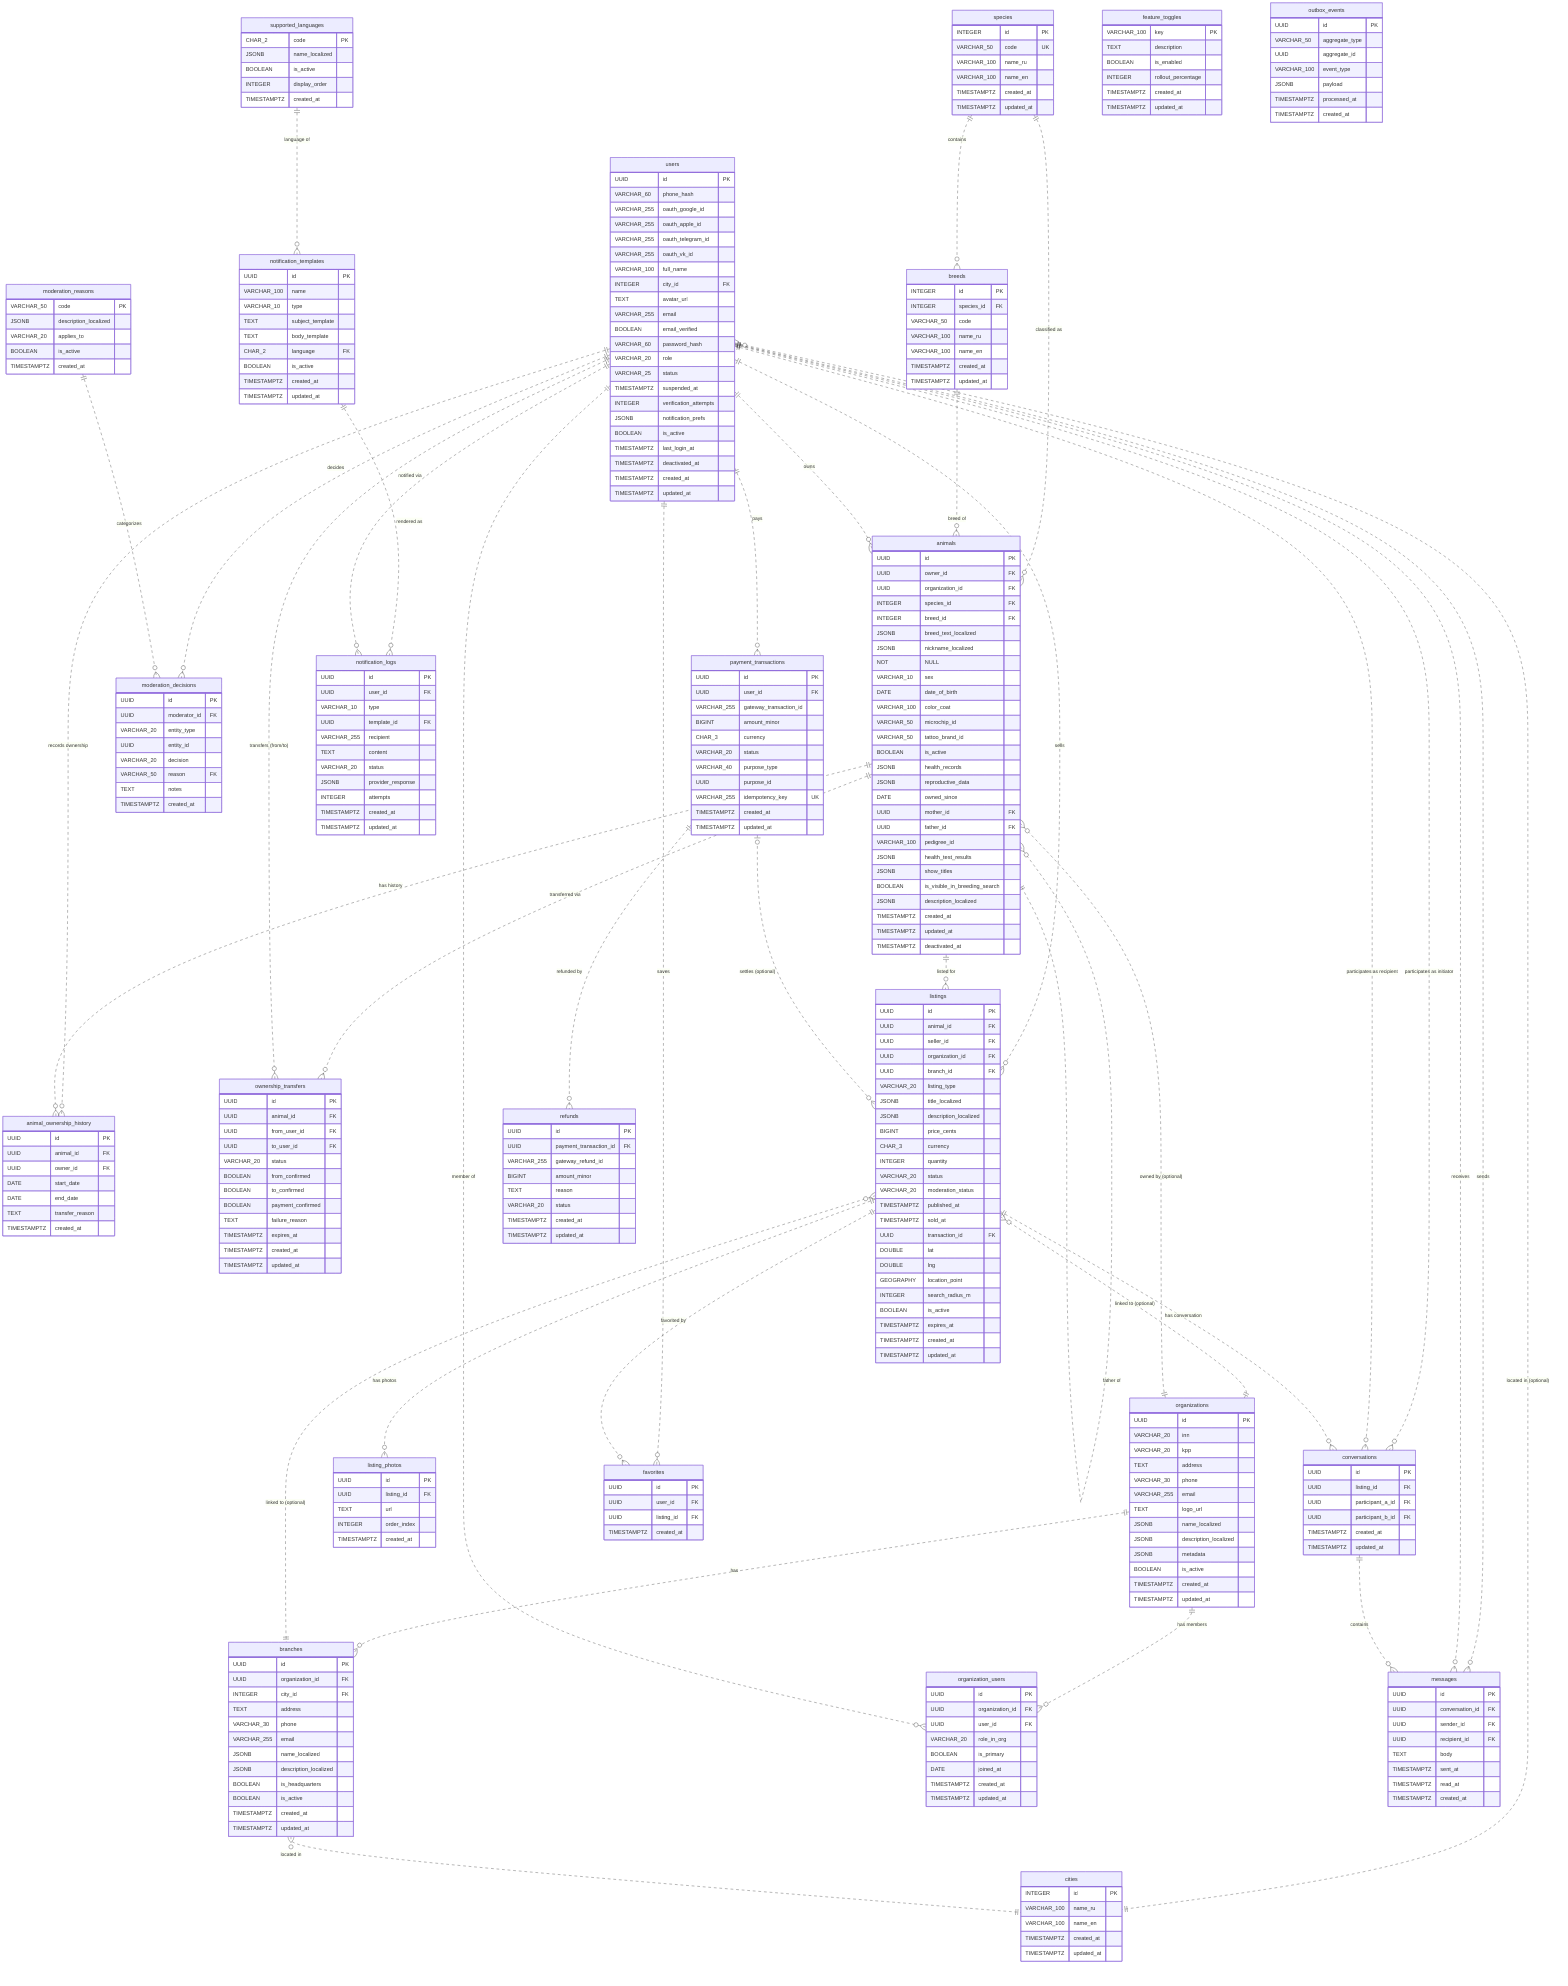
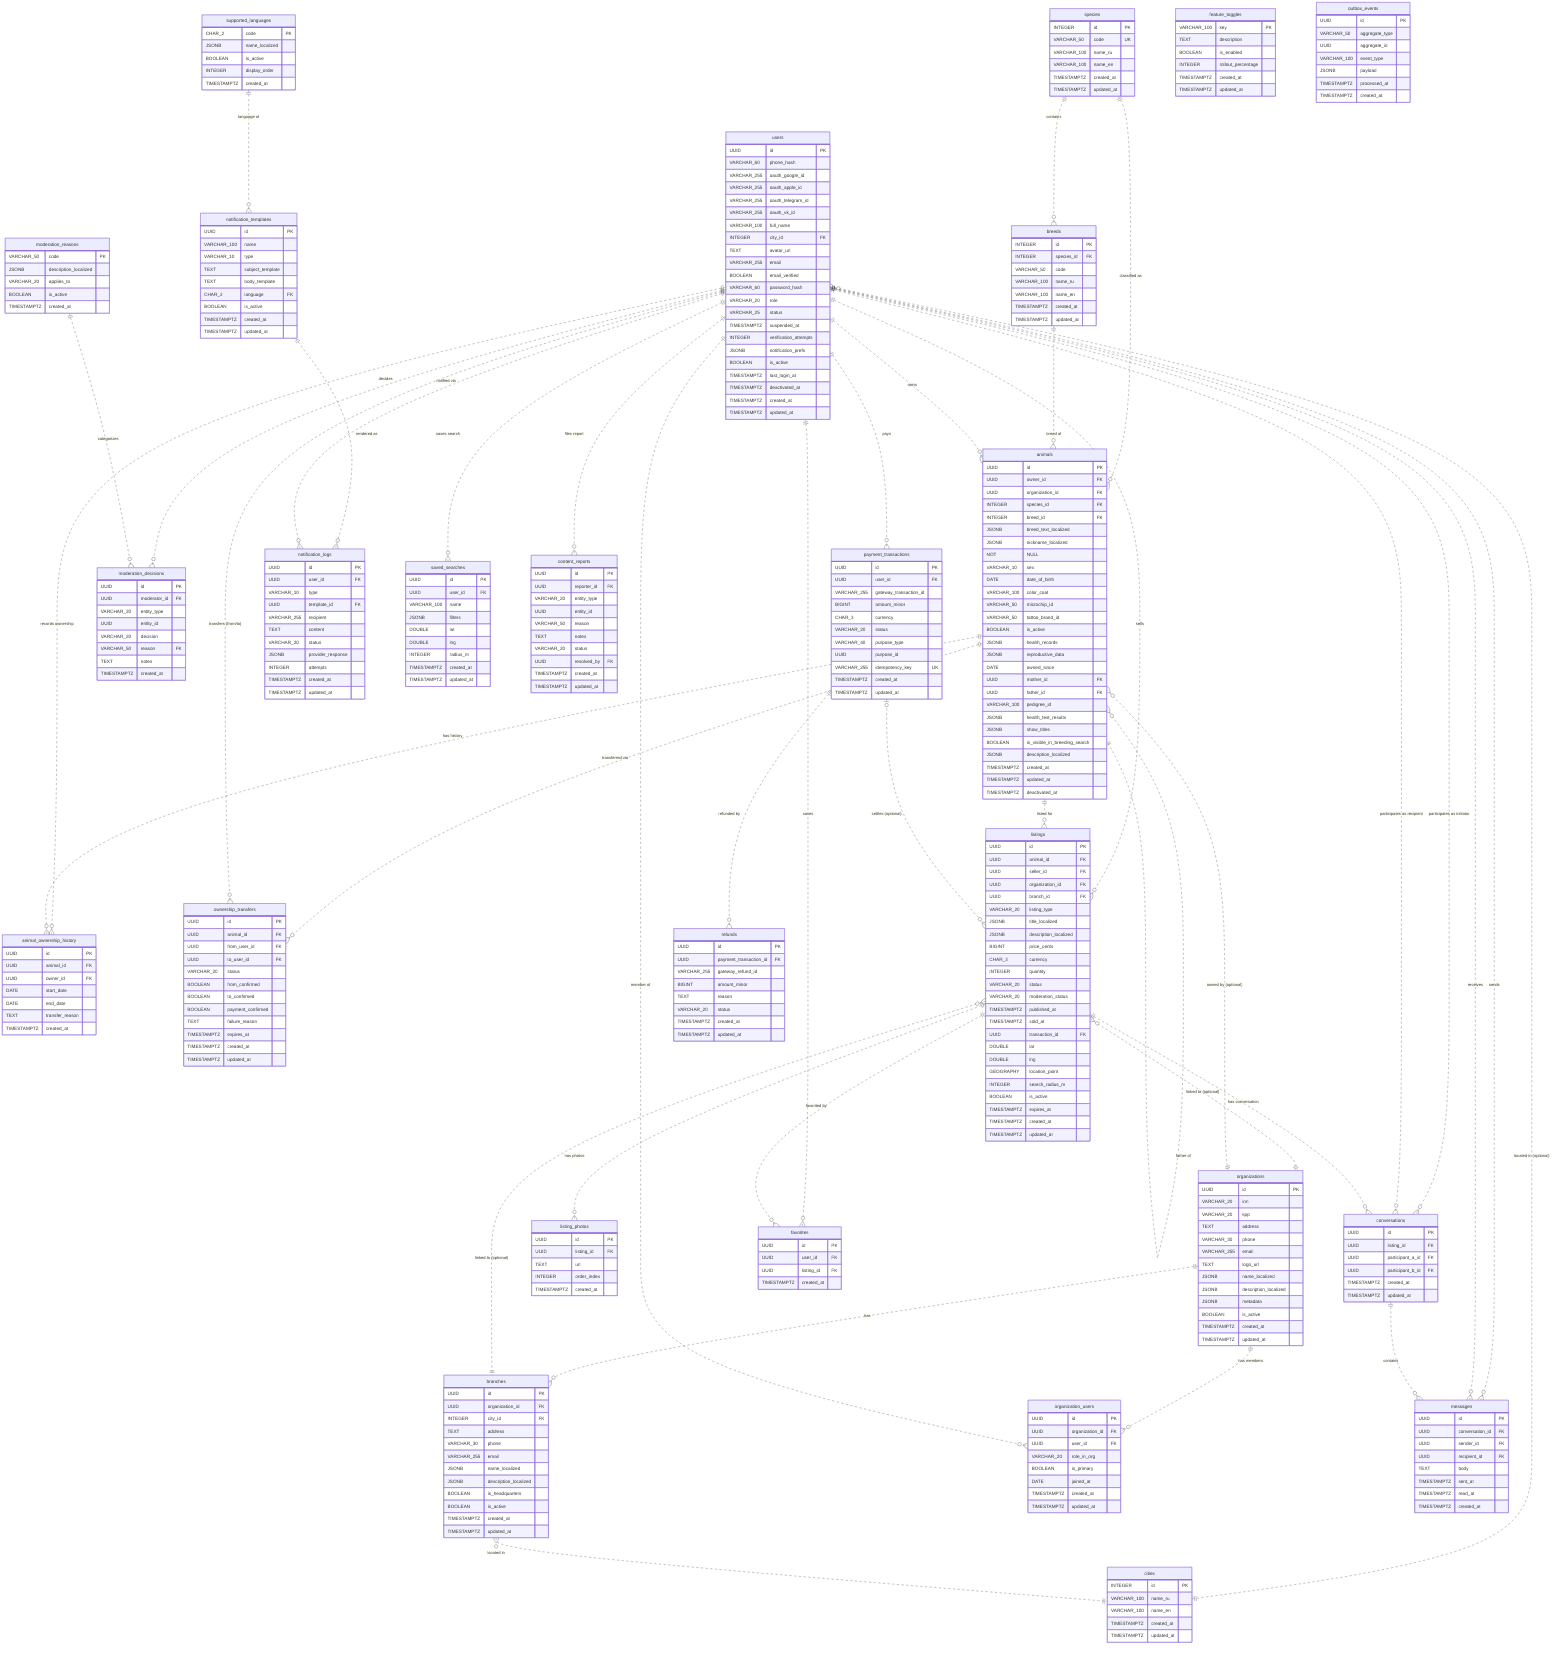
erDiagram
    %% Reference Data Tables
    species {
        INTEGER id PK
        VARCHAR_50 code UK
        VARCHAR_100 name_ru
        VARCHAR_100 name_en
        TIMESTAMPTZ created_at
        TIMESTAMPTZ updated_at
    }
    breeds {
        INTEGER id PK
        INTEGER species_id FK
        VARCHAR_50 code
        VARCHAR_100 name_ru
        VARCHAR_100 name_en
        TIMESTAMPTZ created_at
        TIMESTAMPTZ updated_at
        %% UK (species_id, code)
    }
    cities {
        INTEGER id PK
        VARCHAR_100 name_ru
        VARCHAR_100 name_en
        TIMESTAMPTZ created_at
        TIMESTAMPTZ updated_at
    }
    supported_languages {
        CHAR_2 code PK
        JSONB name_localized
        BOOLEAN is_active
        INTEGER display_order
        TIMESTAMPTZ created_at
    }

    %% Identity Domain
    users {
        UUID id PK
        VARCHAR_60 phone_hash
        VARCHAR_255 oauth_google_id
        VARCHAR_255 oauth_apple_id
        VARCHAR_255 oauth_telegram_id
        VARCHAR_255 oauth_vk_id
        VARCHAR_100 full_name
        INTEGER city_id FK
        TEXT avatar_url
        VARCHAR_255 email
        BOOLEAN email_verified
        VARCHAR_60 password_hash
        VARCHAR_20 role
        VARCHAR_25 status
        TIMESTAMPTZ suspended_at
        INTEGER verification_attempts
        JSONB notification_prefs
        BOOLEAN is_active
        TIMESTAMPTZ last_login_at
        TIMESTAMPTZ deactivated_at
        TIMESTAMPTZ created_at
        TIMESTAMPTZ updated_at
    }

    %% Animal Domain
    animals {
        UUID id PK
        UUID owner_id FK
        UUID organization_id FK
        INTEGER species_id FK
        INTEGER breed_id FK
        JSONB breed_text_localized
        JSONB nickname_localized NOT NULL
        VARCHAR_10 sex
        DATE date_of_birth
        VARCHAR_100 color_coat
        VARCHAR_50 microchip_id
        VARCHAR_50 tattoo_brand_id
        BOOLEAN is_active
        JSONB health_records
        JSONB reproductive_data
        DATE owned_since
        UUID mother_id FK
        UUID father_id FK
        VARCHAR_100 pedigree_id
        JSONB health_test_results
        JSONB show_titles
        BOOLEAN is_visible_in_breeding_search
        JSONB description_localized
        TIMESTAMPTZ created_at
        TIMESTAMPTZ updated_at
        TIMESTAMPTZ deactivated_at
    }
    animal_ownership_history {
        UUID id PK
        UUID animal_id FK
        UUID owner_id FK
        DATE start_date
        DATE end_date
        TEXT transfer_reason
        TIMESTAMPTZ created_at
    }
    ownership_transfers {
        UUID id PK
        UUID animal_id FK
        UUID from_user_id FK
        UUID to_user_id FK
        VARCHAR_20 status
        BOOLEAN from_confirmed
        BOOLEAN to_confirmed
        BOOLEAN payment_confirmed
        TEXT failure_reason
        TIMESTAMPTZ expires_at
        TIMESTAMPTZ created_at
        TIMESTAMPTZ updated_at
    }

    %% Organization Domain
    organizations {
        UUID id PK
        VARCHAR_20 inn
        VARCHAR_20 kpp
        TEXT address
        VARCHAR_30 phone
        VARCHAR_255 email
        TEXT logo_url
        JSONB name_localized
        JSONB description_localized
        JSONB metadata
        BOOLEAN is_active
        TIMESTAMPTZ created_at
        TIMESTAMPTZ updated_at
    }
    branches {
        UUID id PK
        UUID organization_id FK
        INTEGER city_id FK
        TEXT address
        VARCHAR_30 phone
        VARCHAR_255 email
        JSONB name_localized
        JSONB description_localized
        BOOLEAN is_headquarters
        BOOLEAN is_active
        TIMESTAMPTZ created_at
        TIMESTAMPTZ updated_at
    }
    organization_users {
        UUID id PK
        UUID organization_id FK
        UUID user_id FK
        VARCHAR_20 role_in_org
        BOOLEAN is_primary
        DATE joined_at
        TIMESTAMPTZ created_at
        TIMESTAMPTZ updated_at
        %% UK (organization_id, user_id)
    }

    %% Marketplace/Listings Domain
    listings {
        UUID id PK
        UUID animal_id FK
        UUID seller_id FK
        UUID organization_id FK
        UUID branch_id FK
        VARCHAR_20 listing_type
        JSONB title_localized
        JSONB description_localized
        BIGINT price_cents
        CHAR_3 currency
        INTEGER quantity
        VARCHAR_20 status
        VARCHAR_20 moderation_status
        TIMESTAMPTZ published_at
        TIMESTAMPTZ sold_at
        UUID transaction_id FK
        DOUBLE lat
        DOUBLE lng
        GEOGRAPHY location_point
        INTEGER search_radius_m
        BOOLEAN is_active
        TIMESTAMPTZ expires_at
        TIMESTAMPTZ created_at
        TIMESTAMPTZ updated_at
        %% UK (animal_id, listing_type) WHERE status='ACTIVE'
    }
    listing_photos {
        UUID id PK
        UUID listing_id FK
        TEXT url
        INTEGER order_index
        TIMESTAMPTZ created_at
    }
    conversations {
        UUID id PK
        UUID listing_id FK
        UUID participant_a_id FK
        UUID participant_b_id FK
        TIMESTAMPTZ created_at
        TIMESTAMPTZ updated_at
    }
    messages {
        UUID id PK
        UUID conversation_id FK
        UUID sender_id FK
        UUID recipient_id FK
        TEXT body
        TIMESTAMPTZ sent_at
        TIMESTAMPTZ read_at
        TIMESTAMPTZ created_at
    }

    %% Moderation Domain
    moderation_reasons {
        VARCHAR_50 code PK
        JSONB description_localized
        VARCHAR_20 applies_to
        BOOLEAN is_active
        TIMESTAMPTZ created_at
    }
    moderation_decisions {
        UUID id PK
        UUID moderator_id FK
        VARCHAR_20 entity_type
        UUID entity_id
        VARCHAR_20 decision
        VARCHAR_50 reason FK
        TEXT notes
        TIMESTAMPTZ created_at
        %% append-only (immutable)
    }

    %% Payment Domain
    payment_transactions {
        UUID id PK
        UUID user_id FK
        VARCHAR_255 gateway_transaction_id
        BIGINT amount_minor
        CHAR_3 currency
        VARCHAR_20 status
        VARCHAR_40 purpose_type
        UUID purpose_id
        VARCHAR_255 idempotency_key UK
        TIMESTAMPTZ created_at
        TIMESTAMPTZ updated_at
    }
    refunds {
        UUID id PK
        UUID payment_transaction_id FK
        VARCHAR_255 gateway_refund_id
        BIGINT amount_minor
        TEXT reason
        VARCHAR_20 status
        TIMESTAMPTZ created_at
        TIMESTAMPTZ updated_at
    }

    %% Notification Domain
    notification_templates {
        UUID id PK
        VARCHAR_100 name
        VARCHAR_10 type
        TEXT subject_template
        TEXT body_template
        CHAR_2 language FK
        BOOLEAN is_active
        TIMESTAMPTZ created_at
        TIMESTAMPTZ updated_at
        %% UK (name, type, language)
    }
    notification_logs {
        UUID id PK
        UUID user_id FK
        VARCHAR_10 type
        UUID template_id FK
        VARCHAR_255 recipient
        TEXT content
        VARCHAR_20 status
        JSONB provider_response
        INTEGER attempts
        TIMESTAMPTZ created_at
        TIMESTAMPTZ updated_at
    }

-     %% Favorites (MVP)
+     %% Favorites & Saved Searches (MVP)
    favorites {
        UUID id PK
        UUID user_id FK
        UUID listing_id FK
        TIMESTAMPTZ created_at
        %% UK (user_id, listing_id)
+     }
+     saved_searches {
+         UUID id PK
+         UUID user_id FK
+         VARCHAR_100 name
+         JSONB filters
+         DOUBLE lat
+         DOUBLE lng
+         INTEGER radius_m
+         TIMESTAMPTZ created_at
+         TIMESTAMPTZ updated_at
+     }
+     content_reports {
+         UUID id PK
+         UUID reporter_id FK
+         VARCHAR_20 entity_type
+         UUID entity_id
+         VARCHAR_50 reason
+         TEXT notes
+         VARCHAR_20 status
+         UUID resolved_by FK
+         TIMESTAMPTZ created_at
+         TIMESTAMPTZ updated_at
    }

    %% Extensibility / System Tables
    feature_toggles {
        VARCHAR_100 key PK
        TEXT description
        BOOLEAN is_enabled
        INTEGER rollout_percentage
        TIMESTAMPTZ created_at
        TIMESTAMPTZ updated_at
    }
    outbox_events {
        UUID id PK
        VARCHAR_50 aggregate_type
        UUID aggregate_id
        VARCHAR_100 event_type
        JSONB payload
        TIMESTAMPTZ processed_at
        TIMESTAMPTZ created_at
    }

    %% Relationships
    species ||..o{ breeds : "contains"
    species ||..o{ animals : "classified as"
    breeds ||..o{ animals : "breed of"
    users }o..|| cities : "located in (optional)"
    users ||..o{ animals : "owns"
    users ||..o{ animal_ownership_history : "records ownership"
    users ||..o{ listings : "sells"
    users ||..o{ conversations : "participates as initiator"
    users ||..o{ conversations : "participates as recipient"
    users ||..o{ messages : "sends"
    users ||..o{ messages : "receives"
    animals ||..o{ animal_ownership_history : "has history"
    animals ||..o{ listings : "listed for"
    animals ||..o{ ownership_transfers : "transferred via"
    users ||..o{ ownership_transfers : "transfers (from/to)"
    animals }o..|| animals : "mother of"
    animals }o..|| animals : "father of"
    listings ||..o{ listing_photos : "has photos"
    listings ||..o{ conversations : "has conversation"
    conversations ||..o{ messages : "contains"
    users ||..o{ favorites : "saves"
    listings ||..o{ favorites : "favorited by"
+     users ||..o{ saved_searches : "saves search"
+     users ||..o{ content_reports : "files report"

    %% Organization Domain Relationships (junction = M:N resolved)
    organizations ||..o{ organization_users : "has members"
    users ||..o{ organization_users : "member of"
    organizations ||..o{ branches : "has"
    branches }o..|| cities : "located in"
    listings }o..|| organizations : "linked to (optional)"
    listings }o..|| branches : "linked to (optional)"
    animals }o..|| organizations : "owned by (optional)"

    %% Moderation / Payment / Notification Relationships
    users ||..o{ moderation_decisions : "decides"
    moderation_reasons ||..o{ moderation_decisions : "categorizes"
    users ||..o{ payment_transactions : "pays"
    payment_transactions ||..o{ refunds : "refunded by"
    payment_transactions |o..o{ listings : "settles (optional)"
    supported_languages ||..o{ notification_templates : "language of"
    notification_templates ||..o{ notification_logs : "rendered as"
    users ||..o{ notification_logs : "notified via"
